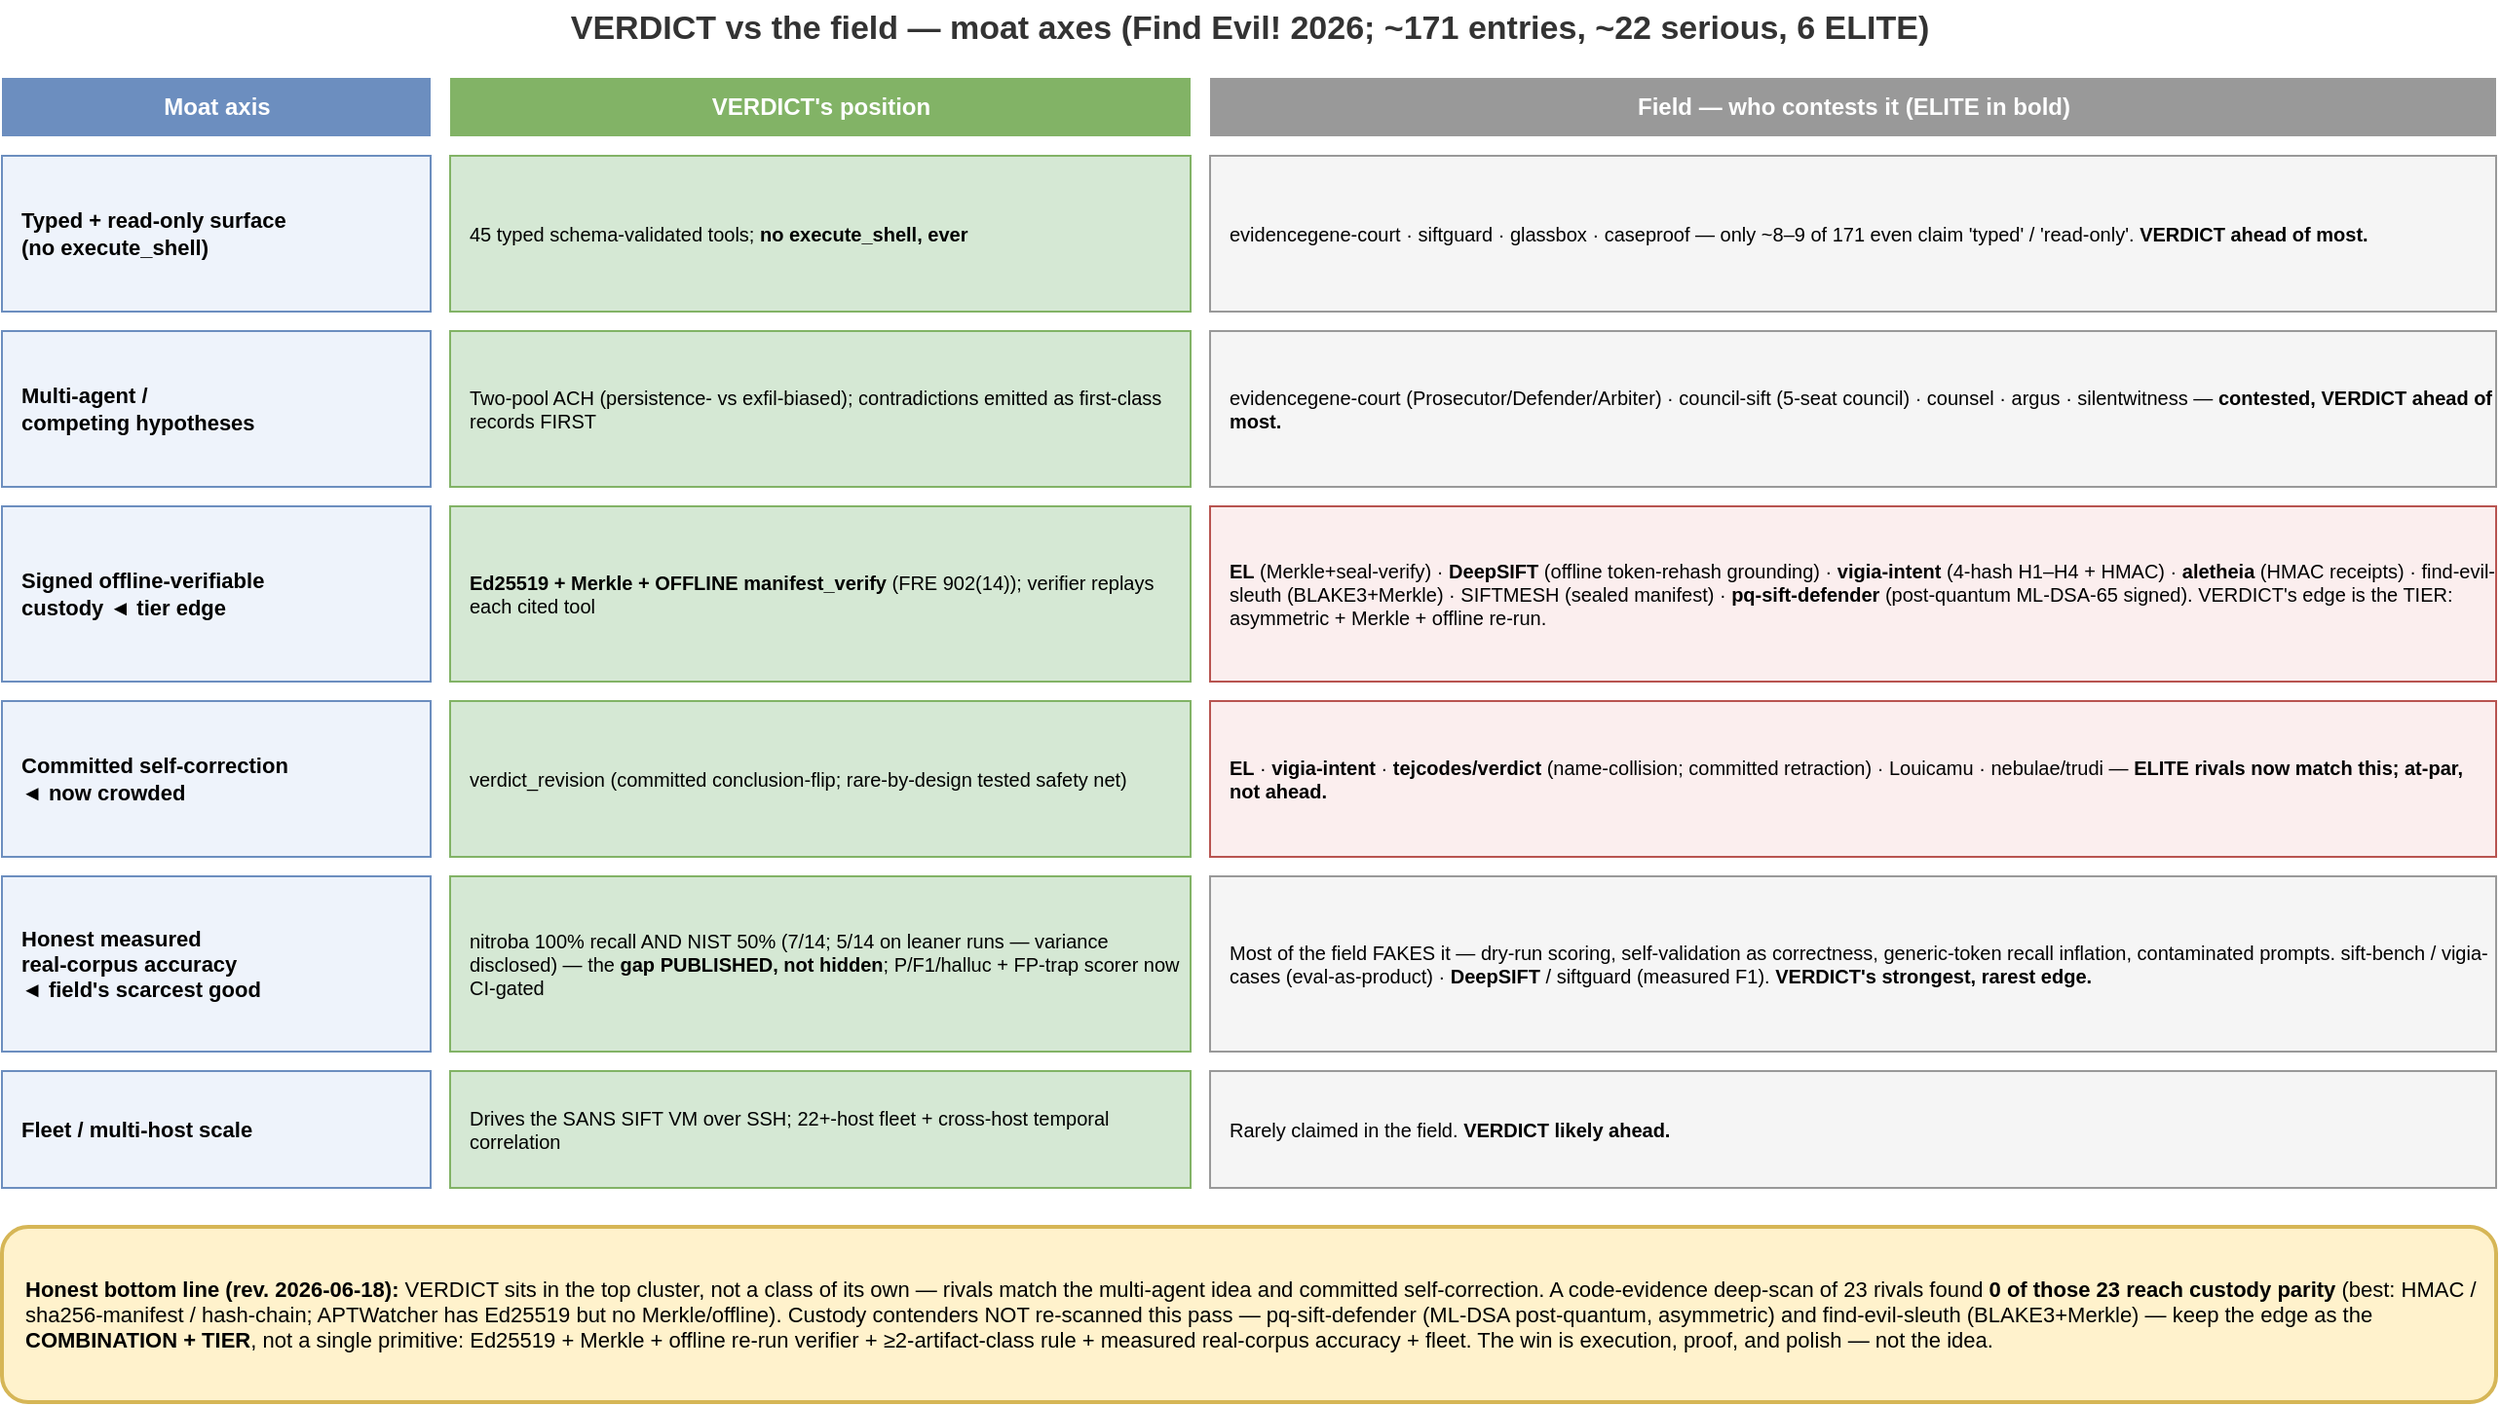
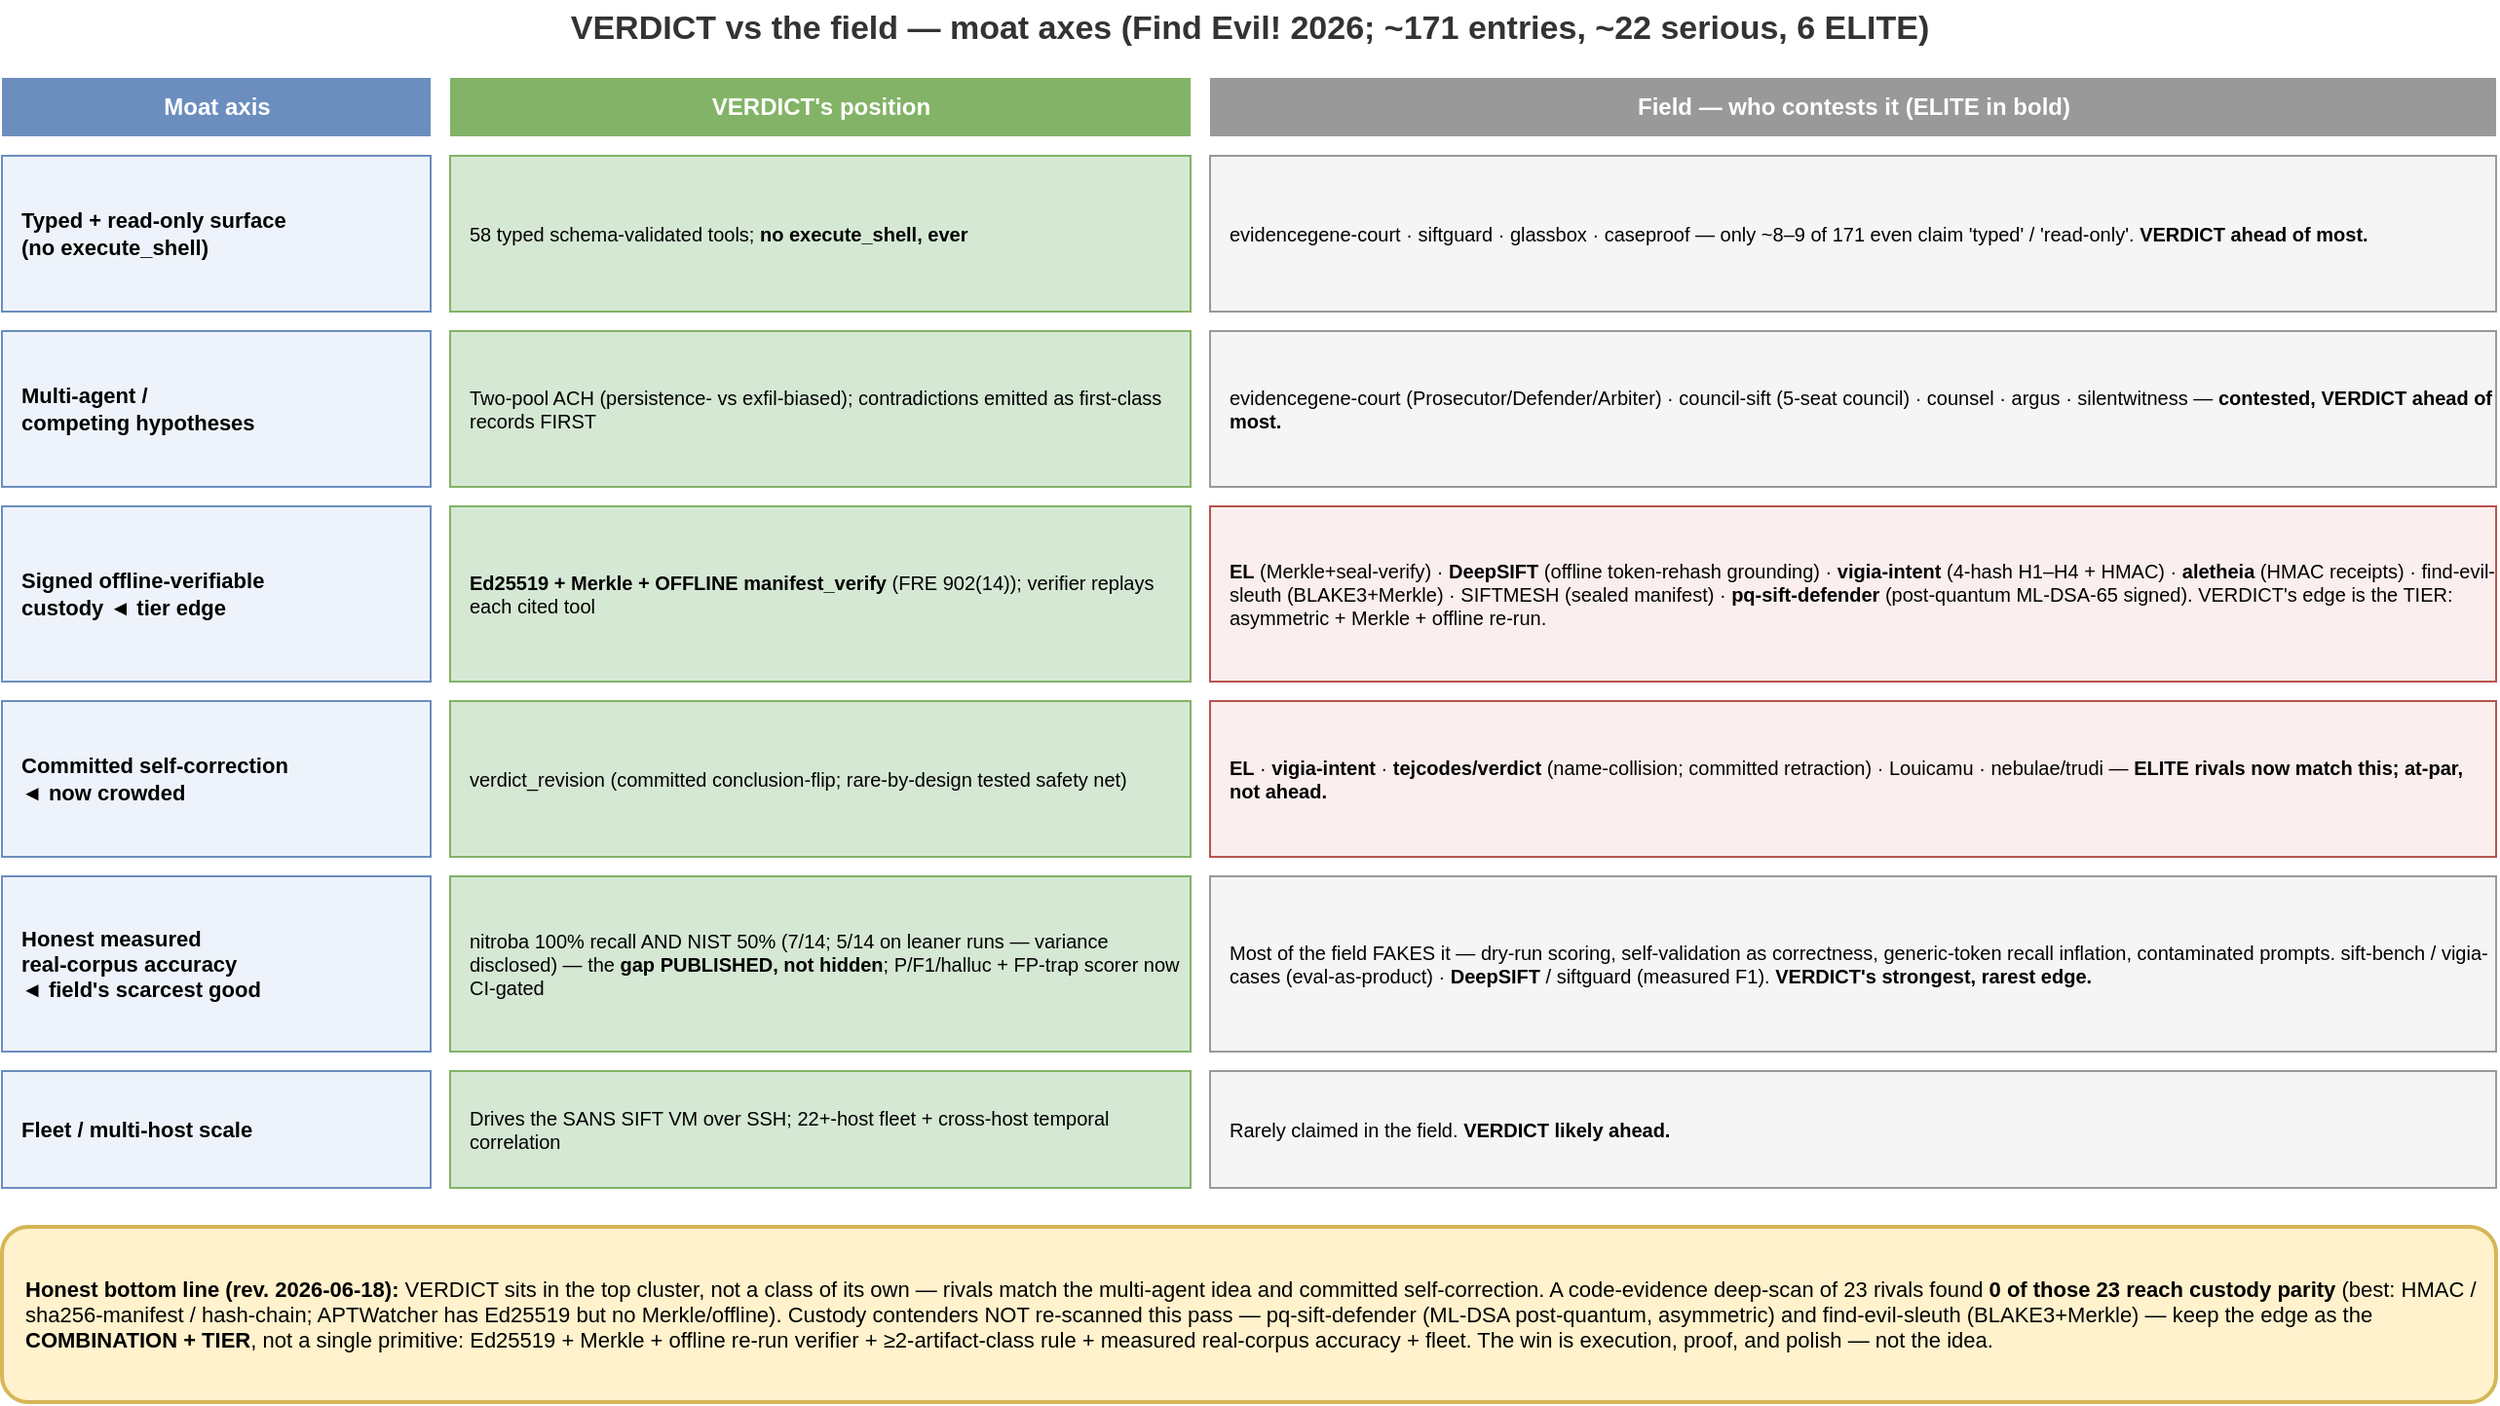
<?xml version="1.0" encoding="UTF-8"?>
<mxfile host="drawio" version="26.0.0">
  <diagram name="competitive-landscape">
    <mxGraphModel dx="1400" dy="900" grid="1" gridSize="10" guides="1" tooltips="1" connect="1" arrows="1" fold="1" page="1" pageScale="1" math="0" shadow="0">
      <root>
        <mxCell id="0" />
        <mxCell id="1" parent="0" />

        <mxCell id="title" value="VERDICT vs the field — moat axes (Find Evil! 2026; ~171 entries, ~22 serious, 6 ELITE)" style="text;html=1;fontSize=17;fontStyle=1;align=center;verticalAlign=middle;fontColor=#333333;" vertex="1" parent="1">
          <mxGeometry x="40" y="0" width="1280" height="30" as="geometry" />
        </mxCell>

        <mxCell id="h1" value="Moat axis" style="text;html=1;fontSize=12;fontStyle=1;align=center;verticalAlign=middle;fillColor=#6c8ebf;fontColor=#ffffff;rounded=0;" vertex="1" parent="1">
          <mxGeometry x="40" y="40" width="220" height="30" as="geometry" />
        </mxCell>
        <mxCell id="h2" value="VERDICT's position" style="text;html=1;fontSize=12;fontStyle=1;align=center;verticalAlign=middle;fillColor=#82b366;fontColor=#ffffff;rounded=0;" vertex="1" parent="1">
          <mxGeometry x="270" y="40" width="380" height="30" as="geometry" />
        </mxCell>
        <mxCell id="h3" value="Field — who contests it (ELITE in bold)" style="text;html=1;fontSize=12;fontStyle=1;align=center;verticalAlign=middle;fillColor=#999999;fontColor=#ffffff;rounded=0;" vertex="1" parent="1">
          <mxGeometry x="660" y="40" width="660" height="30" as="geometry" />
        </mxCell>

        <mxCell id="a1" value="Typed + read-only surface&#xa;(no execute_shell)" style="text;html=1;fontSize=11;fontStyle=1;align=left;verticalAlign=middle;spacingLeft=8;fillColor=#eef3fb;strokeColor=#6c8ebf;rounded=0;" vertex="1" parent="1"><mxGeometry x="40" y="80" width="220" height="80" as="geometry" /></mxCell>
-         <mxCell id="b1" value="45 typed schema-validated tools; &lt;b&gt;no execute_shell, ever&lt;/b&gt;" style="text;html=1;fontSize=10;align=left;verticalAlign=middle;spacingLeft=8;fillColor=#d5e8d4;strokeColor=#82b366;rounded=0;whiteSpace=wrap;" vertex="1" parent="1"><mxGeometry x="270" y="80" width="380" height="80" as="geometry" /></mxCell>
+         <mxCell id="b1" value="58 typed schema-validated tools; &lt;b&gt;no execute_shell, ever&lt;/b&gt;" style="text;html=1;fontSize=10;align=left;verticalAlign=middle;spacingLeft=8;fillColor=#d5e8d4;strokeColor=#82b366;rounded=0;whiteSpace=wrap;" vertex="1" parent="1"><mxGeometry x="270" y="80" width="380" height="80" as="geometry" /></mxCell>
        <mxCell id="c1" value="evidencegene-court · siftguard · glassbox · caseproof — only ~8–9 of 171 even claim 'typed' / 'read-only'. &lt;b&gt;VERDICT ahead of most.&lt;/b&gt;" style="text;html=1;fontSize=10;align=left;verticalAlign=middle;spacingLeft=8;fillColor=#f5f5f5;strokeColor=#999999;rounded=0;whiteSpace=wrap;" vertex="1" parent="1"><mxGeometry x="660" y="80" width="660" height="80" as="geometry" /></mxCell>

        <mxCell id="a2" value="Multi-agent /&#xa;competing hypotheses" style="text;html=1;fontSize=11;fontStyle=1;align=left;verticalAlign=middle;spacingLeft=8;fillColor=#eef3fb;strokeColor=#6c8ebf;rounded=0;" vertex="1" parent="1"><mxGeometry x="40" y="170" width="220" height="80" as="geometry" /></mxCell>
        <mxCell id="b2" value="Two-pool ACH (persistence- vs exfil-biased); contradictions emitted as first-class records FIRST" style="text;html=1;fontSize=10;align=left;verticalAlign=middle;spacingLeft=8;fillColor=#d5e8d4;strokeColor=#82b366;rounded=0;whiteSpace=wrap;" vertex="1" parent="1"><mxGeometry x="270" y="170" width="380" height="80" as="geometry" /></mxCell>
        <mxCell id="c2" value="evidencegene-court (Prosecutor/Defender/Arbiter) · council-sift (5-seat council) · counsel · argus · silentwitness — &lt;b&gt;contested, VERDICT ahead of most.&lt;/b&gt;" style="text;html=1;fontSize=10;align=left;verticalAlign=middle;spacingLeft=8;fillColor=#f5f5f5;strokeColor=#999999;rounded=0;whiteSpace=wrap;" vertex="1" parent="1"><mxGeometry x="660" y="170" width="660" height="80" as="geometry" /></mxCell>

        <mxCell id="a3" value="Signed offline-verifiable&#xa;custody  ◄ tier edge" style="text;html=1;fontSize=11;fontStyle=1;align=left;verticalAlign=middle;spacingLeft=8;fillColor=#eef3fb;strokeColor=#6c8ebf;rounded=0;" vertex="1" parent="1"><mxGeometry x="40" y="260" width="220" height="90" as="geometry" /></mxCell>
        <mxCell id="b3" value="&lt;b&gt;Ed25519 + Merkle + OFFLINE manifest_verify&lt;/b&gt; (FRE 902(14)); verifier replays each cited tool" style="text;html=1;fontSize=10;align=left;verticalAlign=middle;spacingLeft=8;fillColor=#d5e8d4;strokeColor=#82b366;rounded=0;whiteSpace=wrap;" vertex="1" parent="1"><mxGeometry x="270" y="260" width="380" height="90" as="geometry" /></mxCell>
        <mxCell id="c3" value="&lt;b&gt;EL&lt;/b&gt; (Merkle+seal-verify) · &lt;b&gt;DeepSIFT&lt;/b&gt; (offline token-rehash grounding) · &lt;b&gt;vigia-intent&lt;/b&gt; (4-hash H1–H4 + HMAC) · &lt;b&gt;aletheia&lt;/b&gt; (HMAC receipts) · find-evil-sleuth (BLAKE3+Merkle) · SIFTMESH (sealed manifest) · &lt;b&gt;pq-sift-defender&lt;/b&gt; (post-quantum ML-DSA-65 signed). VERDICT's edge is the TIER: asymmetric + Merkle + offline re-run." style="text;html=1;fontSize=10;align=left;verticalAlign=middle;spacingLeft=8;fillColor=#fbeeee;strokeColor=#b85450;rounded=0;whiteSpace=wrap;" vertex="1" parent="1"><mxGeometry x="660" y="260" width="660" height="90" as="geometry" /></mxCell>

        <mxCell id="a4" value="Committed self-correction&#xa;◄ now crowded" style="text;html=1;fontSize=11;fontStyle=1;align=left;verticalAlign=middle;spacingLeft=8;fillColor=#eef3fb;strokeColor=#6c8ebf;rounded=0;" vertex="1" parent="1"><mxGeometry x="40" y="360" width="220" height="80" as="geometry" /></mxCell>
        <mxCell id="b4" value="verdict_revision (committed conclusion-flip; rare-by-design tested safety net)" style="text;html=1;fontSize=10;align=left;verticalAlign=middle;spacingLeft=8;fillColor=#d5e8d4;strokeColor=#82b366;rounded=0;whiteSpace=wrap;" vertex="1" parent="1"><mxGeometry x="270" y="360" width="380" height="80" as="geometry" /></mxCell>
        <mxCell id="c4" value="&lt;b&gt;EL&lt;/b&gt; · &lt;b&gt;vigia-intent&lt;/b&gt; · &lt;b&gt;tejcodes/verdict&lt;/b&gt; (name-collision; committed retraction) · Louicamu · nebulae/trudi — &lt;b&gt;ELITE rivals now match this; at-par, not ahead.&lt;/b&gt;" style="text;html=1;fontSize=10;align=left;verticalAlign=middle;spacingLeft=8;fillColor=#fbeeee;strokeColor=#b85450;rounded=0;whiteSpace=wrap;" vertex="1" parent="1"><mxGeometry x="660" y="360" width="660" height="80" as="geometry" /></mxCell>

        <mxCell id="a5" value="Honest measured&#xa;real-corpus accuracy&#xa;◄ field's scarcest good" style="text;html=1;fontSize=11;fontStyle=1;align=left;verticalAlign=middle;spacingLeft=8;fillColor=#eef3fb;strokeColor=#6c8ebf;rounded=0;" vertex="1" parent="1"><mxGeometry x="40" y="450" width="220" height="90" as="geometry" /></mxCell>
        <mxCell id="b5" value="nitroba 100% recall AND NIST 50% (7/14; 5/14 on leaner runs — variance disclosed) — the &lt;b&gt;gap PUBLISHED, not hidden&lt;/b&gt;; P/F1/halluc + FP-trap scorer now CI-gated" style="text;html=1;fontSize=10;align=left;verticalAlign=middle;spacingLeft=8;fillColor=#d5e8d4;strokeColor=#82b366;rounded=0;whiteSpace=wrap;" vertex="1" parent="1"><mxGeometry x="270" y="450" width="380" height="90" as="geometry" /></mxCell>
        <mxCell id="c5" value="Most of the field FAKES it — dry-run scoring, self-validation as correctness, generic-token recall inflation, contaminated prompts. sift-bench / vigia-cases (eval-as-product) · &lt;b&gt;DeepSIFT&lt;/b&gt; / siftguard (measured F1). &lt;b&gt;VERDICT's strongest, rarest edge.&lt;/b&gt;" style="text;html=1;fontSize=10;align=left;verticalAlign=middle;spacingLeft=8;fillColor=#f5f5f5;strokeColor=#999999;rounded=0;whiteSpace=wrap;" vertex="1" parent="1"><mxGeometry x="660" y="450" width="660" height="90" as="geometry" /></mxCell>

        <mxCell id="a6" value="Fleet / multi-host scale" style="text;html=1;fontSize=11;fontStyle=1;align=left;verticalAlign=middle;spacingLeft=8;fillColor=#eef3fb;strokeColor=#6c8ebf;rounded=0;" vertex="1" parent="1"><mxGeometry x="40" y="550" width="220" height="60" as="geometry" /></mxCell>
        <mxCell id="b6" value="Drives the SANS SIFT VM over SSH; 22+-host fleet + cross-host temporal correlation" style="text;html=1;fontSize=10;align=left;verticalAlign=middle;spacingLeft=8;fillColor=#d5e8d4;strokeColor=#82b366;rounded=0;whiteSpace=wrap;" vertex="1" parent="1"><mxGeometry x="270" y="550" width="380" height="60" as="geometry" /></mxCell>
        <mxCell id="c6" value="Rarely claimed in the field. &lt;b&gt;VERDICT likely ahead.&lt;/b&gt;" style="text;html=1;fontSize=10;align=left;verticalAlign=middle;spacingLeft=8;fillColor=#f5f5f5;strokeColor=#999999;rounded=0;whiteSpace=wrap;" vertex="1" parent="1"><mxGeometry x="660" y="550" width="660" height="60" as="geometry" /></mxCell>

        <mxCell id="take" value="&lt;b&gt;Honest bottom line (rev. 2026-06-18):&lt;/b&gt; VERDICT sits in the top cluster, not a class of its own — rivals match the multi-agent idea and committed self-correction. A code-evidence deep-scan of 23 rivals found &lt;b&gt;0 of those 23 reach custody parity&lt;/b&gt; (best: HMAC / sha256-manifest / hash-chain; APTWatcher has Ed25519 but no Merkle/offline). Custody contenders NOT re-scanned this pass — pq-sift-defender (ML-DSA post-quantum, asymmetric) and find-evil-sleuth (BLAKE3+Merkle) — keep the edge as the &lt;b&gt;COMBINATION + TIER&lt;/b&gt;, not a single primitive: Ed25519 + Merkle + offline re-run verifier + ≥2-artifact-class rule + measured real-corpus accuracy + fleet. The win is execution, proof, and polish — not the idea." style="rounded=1;whiteSpace=wrap;html=1;fillColor=#fff2cc;strokeColor=#d6b656;fontSize=11;align=left;verticalAlign=middle;spacingLeft=10;strokeWidth=2;" vertex="1" parent="1">
          <mxGeometry x="40" y="630" width="1280" height="90" as="geometry" />
        </mxCell>
      </root>
    </mxGraphModel>
  </diagram>
</mxfile>
